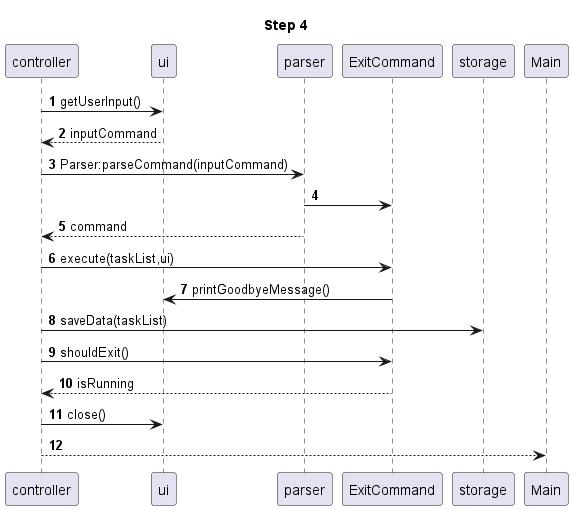
Earlier version of the PlantUML export docs/images/StorageSequenceDiagramStep4-Step_4.png (nus-cs2113-AY2223S2/tp). Source of this version:
```plantuml
@startuml

autonumber
title Step 4
controller -> ui:getUserInput()
controller <-- ui:inputCommand
controller -> parser:Parser:parseCommand(inputCommand)
parser -> ExitCommand
controller <-- parser:command
controller -> ExitCommand:execute(taskList,ui)
ExitCommand -> ui:printGoodbyeMessage()
controller -> storage:saveData(taskList)
controller -> ExitCommand:shouldExit()
controller <-- ExitCommand:isRunning
controller -> ui:close()
Main <-- controller
@enduml
```
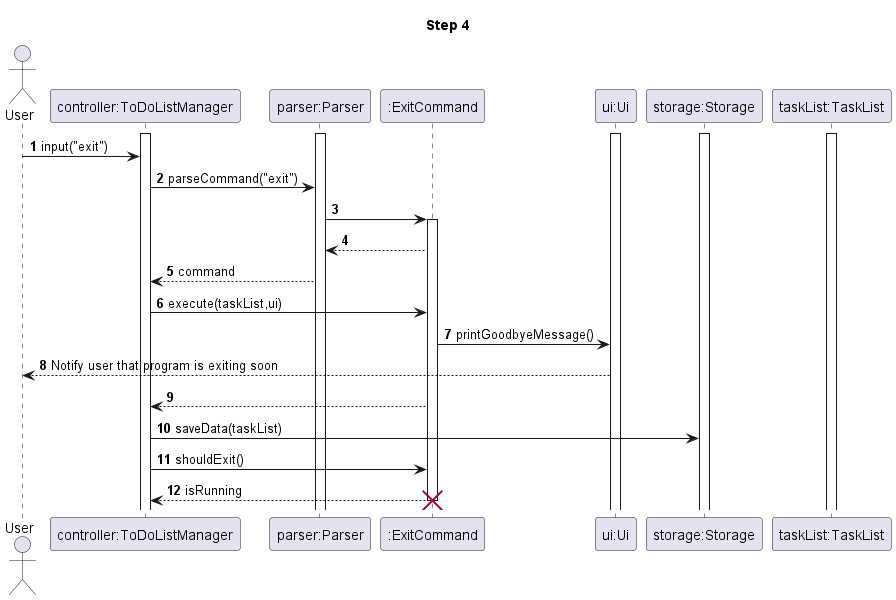
After the commit.

Commit message:
Update developer guide and sequence diagrams and delete unnecessary file

The edit, as a diff of the source:
```diff
@@ -1,17 +1,35 @@
 @startuml
 
 autonumber
+actor User
+participant "controller:ToDoListManager" as ToDoListManager
+participant "parser:Parser" as Parser
+participant ":ExitCommand" as ExitCommand
+participant "ui:Ui" as Ui
+participant "storage:Storage" as Storage
+participant "taskList:TaskList" as TaskList
+
 title Step 4
-controller -> ui:getUserInput()
-controller <-- ui:inputCommand
-controller -> parser:Parser:parseCommand(inputCommand)
-parser -> ExitCommand
-controller <-- parser:command
-controller -> ExitCommand:execute(taskList,ui)
-ExitCommand -> ui:printGoodbyeMessage()
-controller -> storage:saveData(taskList)
-controller -> ExitCommand:shouldExit()
-controller <-- ExitCommand:isRunning
-controller -> ui:close()
-Main <-- controller
+activate Storage
+activate ToDoListManager
+activate Parser
+activate TaskList
+activate Ui
+User -> ToDoListManager:input("exit")
+ToDoListManager -> Parser:parseCommand("exit")
+
+Parser -> ExitCommand
+activate ExitCommand
+Parser <-- ExitCommand
+ToDoListManager <-- Parser:command
+ToDoListManager -> ExitCommand:execute(taskList,ui)
+ExitCommand -> Ui:printGoodbyeMessage()
+Ui --> User:Notify user that program is exiting soon
+ToDoListManager <-- ExitCommand
+
+ToDoListManager -> Storage:saveData(taskList)
+ToDoListManager -> ExitCommand:shouldExit()
+ToDoListManager <-- ExitCommand:isRunning
+destroy ExitCommand
+
 @enduml
```
